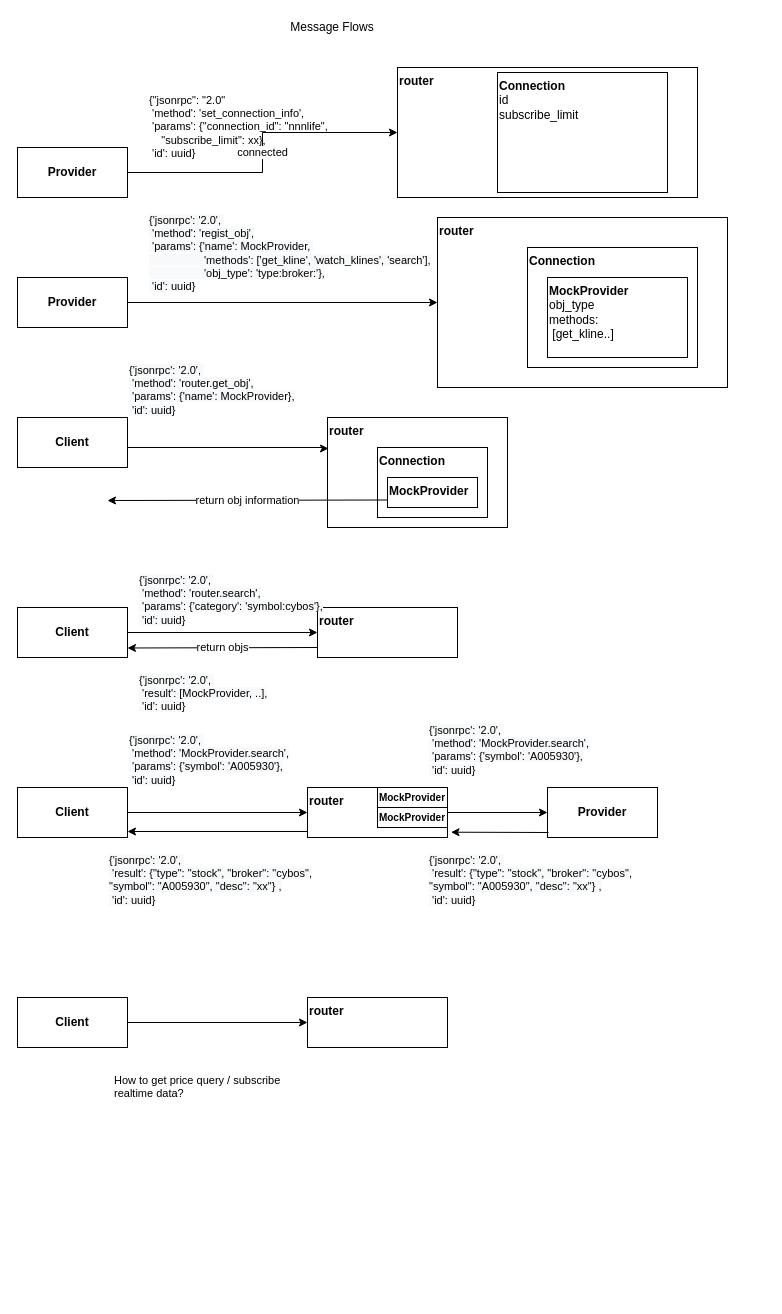
Earlier version of the draw.io diagram message.drawio (nnnlife/diagrams). Source tidied: cells renumbered, new cells numbered last; positions are measured from the earlier drawing's top-left corner, leaving out a move shared by most shapes. Both pictures are drawn from the tidied source at 100%, with x=0, y=0 at pixel (17, 17).
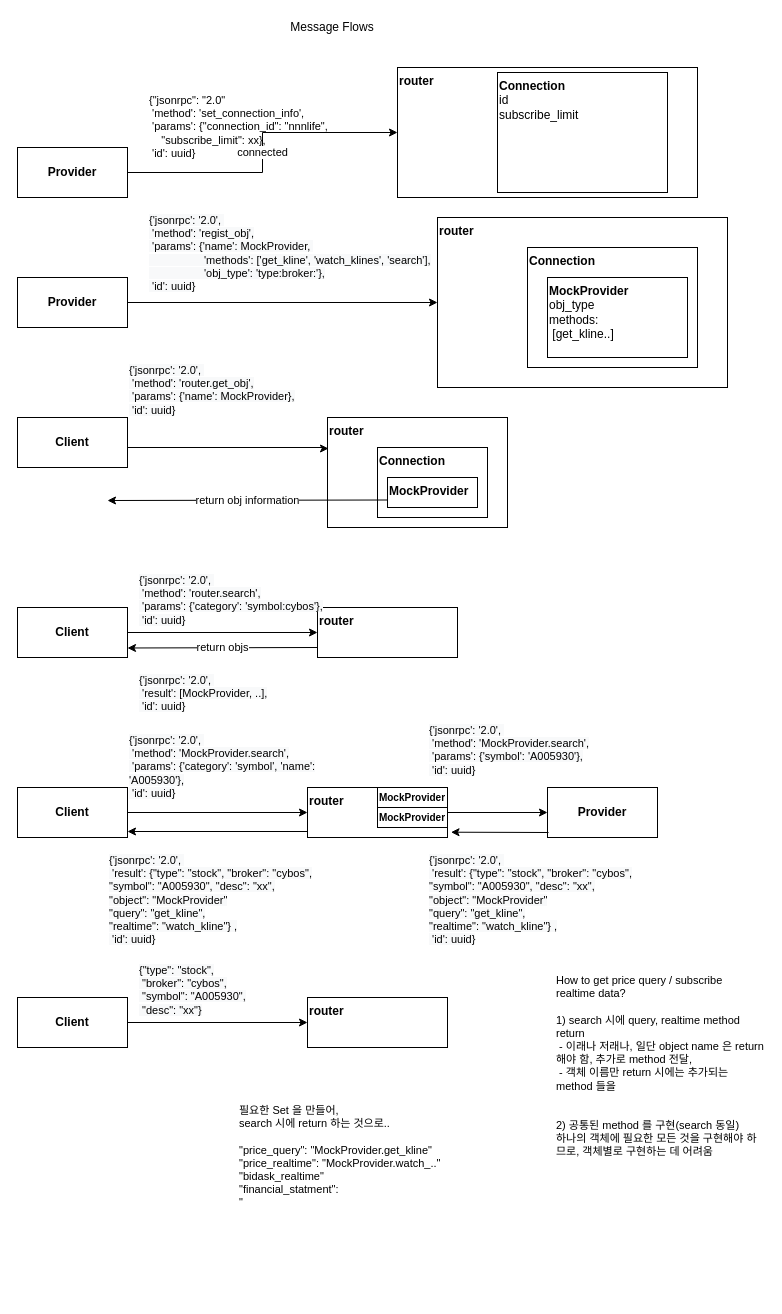
Above is the later version.

What changed in the source:
```diff
@@
-    <mxCell id="31" value="&lt;span style=&quot;color: rgb(0 , 0 , 0) ; font-family: &amp;#34;helvetica&amp;#34; ; font-size: 11px ; font-style: normal ; font-weight: 400 ; letter-spacing: normal ; text-align: left ; text-indent: 0px ; text-transform: none ; word-spacing: 0px ; background-color: rgb(248 , 249 , 250) ; display: inline ; float: none&quot;&gt;{'jsonrpc': '2.0',&amp;nbsp;&lt;/span&gt;&lt;br style=&quot;color: rgb(0 , 0 , 0) ; font-family: &amp;#34;helvetica&amp;#34; ; font-size: 11px ; font-style: normal ; font-weight: 400 ; letter-spacing: normal ; text-align: left ; text-indent: 0px ; text-transform: none ; word-spacing: 0px ; background-color: rgb(248 , 249 , 250)&quot;&gt;&lt;span style=&quot;color: rgb(0 , 0 , 0) ; font-family: &amp;#34;helvetica&amp;#34; ; font-size: 11px ; font-style: normal ; font-weight: 400 ; letter-spacing: normal ; text-align: left ; text-indent: 0px ; text-transform: none ; word-spacing: 0px ; background-color: rgb(248 , 249 , 250) ; display: inline ; float: none&quot;&gt;&amp;nbsp;'method': 'MockProvider.search',&lt;/span&gt;&lt;br style=&quot;color: rgb(0 , 0 , 0) ; font-family: &amp;#34;helvetica&amp;#34; ; font-size: 11px ; font-style: normal ; font-weight: 400 ; letter-spacing: normal ; text-align: left ; text-indent: 0px ; text-transform: none ; word-spacing: 0px ; background-color: rgb(248 , 249 , 250)&quot;&gt;&lt;span style=&quot;color: rgb(0 , 0 , 0) ; font-family: &amp;#34;helvetica&amp;#34; ; font-size: 11px ; font-style: normal ; font-weight: 400 ; letter-spacing: normal ; text-align: left ; text-indent: 0px ; text-transform: none ; word-spacing: 0px ; background-color: rgb(248 , 249 , 250) ; display: inline ; float: none&quot;&gt;&amp;nbsp;'params': {'symbol': 'A005930'&lt;/span&gt;&lt;span style=&quot;color: rgb(0 , 0 , 0) ; font-family: &amp;#34;helvetica&amp;#34; ; font-size: 11px ; font-style: normal ; font-weight: 400 ; letter-spacing: normal ; text-align: left ; text-indent: 0px ; text-transform: none ; word-spacing: 0px ; background-color: rgb(248 , 249 , 250) ; display: inline ; float: none&quot;&gt;},&lt;/span&gt;&lt;br style=&quot;color: rgb(0 , 0 , 0) ; font-family: &amp;#34;helvetica&amp;#34; ; font-size: 11px ; font-style: normal ; font-weight: 400 ; letter-spacing: normal ; text-align: left ; text-indent: 0px ; text-transform: none ; word-spacing: 0px ; background-color: rgb(248 , 249 , 250)&quot;&gt;&lt;span style=&quot;color: rgb(0 , 0 , 0) ; font-family: &amp;#34;helvetica&amp;#34; ; font-size: 11px ; font-style: normal ; font-weight: 400 ; letter-spacing: normal ; text-align: left ; text-indent: 0px ; text-transform: none ; word-spacing: 0px ; background-color: rgb(248 , 249 , 250) ; display: inline ; float: none&quot;&gt;&amp;nbsp;'id': uuid}&lt;/span&gt;" style="text;whiteSpace=wrap;html=1;fontSize=11;" parent="1" vertex="1">
+    <mxCell id="31" value="&lt;span style=&quot;color: rgb(0 , 0 , 0) ; font-family: &amp;#34;helvetica&amp;#34; ; font-size: 11px ; font-style: normal ; font-weight: 400 ; letter-spacing: normal ; text-align: left ; text-indent: 0px ; text-transform: none ; word-spacing: 0px ; background-color: rgb(248 , 249 , 250) ; display: inline ; float: none&quot;&gt;{'jsonrpc': '2.0',&amp;nbsp;&lt;/span&gt;&lt;br style=&quot;color: rgb(0 , 0 , 0) ; font-family: &amp;#34;helvetica&amp;#34; ; font-size: 11px ; font-style: normal ; font-weight: 400 ; letter-spacing: normal ; text-align: left ; text-indent: 0px ; text-transform: none ; word-spacing: 0px ; background-color: rgb(248 , 249 , 250)&quot;&gt;&lt;span style=&quot;color: rgb(0 , 0 , 0) ; font-family: &amp;#34;helvetica&amp;#34; ; font-size: 11px ; font-style: normal ; font-weight: 400 ; letter-spacing: normal ; text-align: left ; text-indent: 0px ; text-transform: none ; word-spacing: 0px ; background-color: rgb(248 , 249 , 250) ; display: inline ; float: none&quot;&gt;&amp;nbsp;'method': 'MockProvider.search',&lt;/span&gt;&lt;br style=&quot;color: rgb(0 , 0 , 0) ; font-family: &amp;#34;helvetica&amp;#34; ; font-size: 11px ; font-style: normal ; font-weight: 400 ; letter-spacing: normal ; text-align: left ; text-indent: 0px ; text-transform: none ; word-spacing: 0px ; background-color: rgb(248 , 249 , 250)&quot;&gt;&lt;span style=&quot;color: rgb(0 , 0 , 0) ; font-family: &amp;#34;helvetica&amp;#34; ; font-size: 11px ; font-style: normal ; font-weight: 400 ; letter-spacing: normal ; text-align: left ; text-indent: 0px ; text-transform: none ; word-spacing: 0px ; background-color: rgb(248 , 249 , 250) ; display: inline ; float: none&quot;&gt;&amp;nbsp;'params': {'category': 'symbol', 'name': 'A005930'&lt;/span&gt;&lt;span style=&quot;color: rgb(0 , 0 , 0) ; font-family: &amp;#34;helvetica&amp;#34; ; font-size: 11px ; font-style: normal ; font-weight: 400 ; letter-spacing: normal ; text-align: left ; text-indent: 0px ; text-transform: none ; word-spacing: 0px ; background-color: rgb(248 , 249 , 250) ; display: inline ; float: none&quot;&gt;},&lt;/span&gt;&lt;br style=&quot;color: rgb(0 , 0 , 0) ; font-family: &amp;#34;helvetica&amp;#34; ; font-size: 11px ; font-style: normal ; font-weight: 400 ; letter-spacing: normal ; text-align: left ; text-indent: 0px ; text-transform: none ; word-spacing: 0px ; background-color: rgb(248 , 249 , 250)&quot;&gt;&lt;span style=&quot;color: rgb(0 , 0 , 0) ; font-family: &amp;#34;helvetica&amp;#34; ; font-size: 11px ; font-style: normal ; font-weight: 400 ; letter-spacing: normal ; text-align: left ; text-indent: 0px ; text-transform: none ; word-spacing: 0px ; background-color: rgb(248 , 249 , 250) ; display: inline ; float: none&quot;&gt;&amp;nbsp;'id': uuid}&lt;/span&gt;" style="text;whiteSpace=wrap;html=1;fontSize=11;" parent="1" vertex="1">
       <mxGeometry x="110" y="710" width="210" height="60" as="geometry" />
     </mxCell>
@@
-    <mxCell id="36" value="&lt;span style=&quot;color: rgb(0 , 0 , 0) ; font-family: &amp;#34;helvetica&amp;#34; ; font-size: 11px ; font-style: normal ; font-weight: 400 ; letter-spacing: normal ; text-align: left ; text-indent: 0px ; text-transform: none ; word-spacing: 0px ; background-color: rgb(248 , 249 , 250) ; display: inline ; float: none&quot;&gt;{'jsonrpc': '2.0',&amp;nbsp;&lt;/span&gt;&lt;br style=&quot;color: rgb(0 , 0 , 0) ; font-family: &amp;#34;helvetica&amp;#34; ; font-size: 11px ; font-style: normal ; font-weight: 400 ; letter-spacing: normal ; text-align: left ; text-indent: 0px ; text-transform: none ; word-spacing: 0px ; background-color: rgb(248 , 249 , 250)&quot;&gt;&lt;span style=&quot;color: rgb(0 , 0 , 0) ; font-family: &amp;#34;helvetica&amp;#34; ; font-size: 11px ; font-style: normal ; font-weight: 400 ; letter-spacing: normal ; text-align: left ; text-indent: 0px ; text-transform: none ; word-spacing: 0px ; background-color: rgb(248 , 249 , 250) ; display: inline ; float: none&quot;&gt;&amp;nbsp;'result': {&quot;type&quot;: &quot;stock&quot;, &quot;broker&quot;: &quot;cybos&quot;, &quot;symbol&quot;: &quot;A005930&quot;, &quot;desc&quot;: &quot;xx&quot;}&amp;nbsp;&lt;/span&gt;&lt;span style=&quot;color: rgb(0 , 0 , 0) ; font-family: &amp;#34;helvetica&amp;#34; ; font-size: 11px ; font-style: normal ; font-weight: 400 ; letter-spacing: normal ; text-align: left ; text-indent: 0px ; text-transform: none ; word-spacing: 0px ; background-color: rgb(248 , 249 , 250) ; display: inline ; float: none&quot;&gt;,&lt;/span&gt;&lt;br style=&quot;color: rgb(0 , 0 , 0) ; font-family: &amp;#34;helvetica&amp;#34; ; font-size: 11px ; font-style: normal ; font-weight: 400 ; letter-spacing: normal ; text-align: left ; text-indent: 0px ; text-transform: none ; word-spacing: 0px ; background-color: rgb(248 , 249 , 250)&quot;&gt;&lt;span style=&quot;color: rgb(0 , 0 , 0) ; font-family: &amp;#34;helvetica&amp;#34; ; font-size: 11px ; font-style: normal ; font-weight: 400 ; letter-spacing: normal ; text-align: left ; text-indent: 0px ; text-transform: none ; word-spacing: 0px ; background-color: rgb(248 , 249 , 250) ; display: inline ; float: none&quot;&gt;&amp;nbsp;'id': uuid}&lt;/span&gt;" style="text;whiteSpace=wrap;html=1;fontSize=11;" parent="1" vertex="1">
+    <mxCell id="36" value="&lt;span style=&quot;color: rgb(0 , 0 , 0) ; font-family: &amp;#34;helvetica&amp;#34; ; font-size: 11px ; font-style: normal ; font-weight: 400 ; letter-spacing: normal ; text-align: left ; text-indent: 0px ; text-transform: none ; word-spacing: 0px ; background-color: rgb(248 , 249 , 250) ; display: inline ; float: none&quot;&gt;{'jsonrpc': '2.0',&amp;nbsp;&lt;/span&gt;&lt;br style=&quot;color: rgb(0 , 0 , 0) ; font-family: &amp;#34;helvetica&amp;#34; ; font-size: 11px ; font-style: normal ; font-weight: 400 ; letter-spacing: normal ; text-align: left ; text-indent: 0px ; text-transform: none ; word-spacing: 0px ; background-color: rgb(248 , 249 , 250)&quot;&gt;&lt;span style=&quot;color: rgb(0 , 0 , 0) ; font-family: &amp;#34;helvetica&amp;#34; ; font-size: 11px ; font-style: normal ; font-weight: 400 ; letter-spacing: normal ; text-align: left ; text-indent: 0px ; text-transform: none ; word-spacing: 0px ; background-color: rgb(248 , 249 , 250) ; display: inline ; float: none&quot;&gt;&amp;nbsp;'result': {&quot;type&quot;: &quot;stock&quot;, &quot;broker&quot;: &quot;cybos&quot;, &quot;symbol&quot;: &quot;A005930&quot;, &quot;desc&quot;: &quot;xx&quot;,&lt;br&gt;&quot;object&quot;: &quot;MockProvider&quot;&lt;br&gt;&quot;query&quot;: &quot;get_kline&quot;,&lt;br&gt;&quot;realtime&quot;: &quot;watch_kline&quot;}&amp;nbsp;&lt;/span&gt;&lt;span style=&quot;color: rgb(0 , 0 , 0) ; font-family: &amp;#34;helvetica&amp;#34; ; font-size: 11px ; font-style: normal ; font-weight: 400 ; letter-spacing: normal ; text-align: left ; text-indent: 0px ; text-transform: none ; word-spacing: 0px ; background-color: rgb(248 , 249 , 250) ; display: inline ; float: none&quot;&gt;,&lt;/span&gt;&lt;br style=&quot;color: rgb(0 , 0 , 0) ; font-family: &amp;#34;helvetica&amp;#34; ; font-size: 11px ; font-style: normal ; font-weight: 400 ; letter-spacing: normal ; text-align: left ; text-indent: 0px ; text-transform: none ; word-spacing: 0px ; background-color: rgb(248 , 249 , 250)&quot;&gt;&lt;span style=&quot;color: rgb(0 , 0 , 0) ; font-family: &amp;#34;helvetica&amp;#34; ; font-size: 11px ; font-style: normal ; font-weight: 400 ; letter-spacing: normal ; text-align: left ; text-indent: 0px ; text-transform: none ; word-spacing: 0px ; background-color: rgb(248 , 249 , 250) ; display: inline ; float: none&quot;&gt;&amp;nbsp;'id': uuid}&lt;/span&gt;" style="text;whiteSpace=wrap;html=1;fontSize=11;" parent="1" vertex="1">
       <mxGeometry x="410" y="830" width="210" height="60" as="geometry" />
     </mxCell>
-    <mxCell id="37" value="&lt;span style=&quot;color: rgb(0 , 0 , 0) ; font-family: &amp;#34;helvetica&amp;#34; ; font-size: 11px ; font-style: normal ; font-weight: 400 ; letter-spacing: normal ; text-align: left ; text-indent: 0px ; text-transform: none ; word-spacing: 0px ; background-color: rgb(248 , 249 , 250) ; display: inline ; float: none&quot;&gt;{'jsonrpc': '2.0',&amp;nbsp;&lt;/span&gt;&lt;br style=&quot;color: rgb(0 , 0 , 0) ; font-family: &amp;#34;helvetica&amp;#34; ; font-size: 11px ; font-style: normal ; font-weight: 400 ; letter-spacing: normal ; text-align: left ; text-indent: 0px ; text-transform: none ; word-spacing: 0px ; background-color: rgb(248 , 249 , 250)&quot;&gt;&lt;span style=&quot;color: rgb(0 , 0 , 0) ; font-family: &amp;#34;helvetica&amp;#34; ; font-size: 11px ; font-style: normal ; font-weight: 400 ; letter-spacing: normal ; text-align: left ; text-indent: 0px ; text-transform: none ; word-spacing: 0px ; background-color: rgb(248 , 249 , 250) ; display: inline ; float: none&quot;&gt;&amp;nbsp;'result': {&quot;type&quot;: &quot;stock&quot;, &quot;broker&quot;: &quot;cybos&quot;, &quot;symbol&quot;: &quot;A005930&quot;, &quot;desc&quot;: &quot;xx&quot;}&amp;nbsp;&lt;/span&gt;&lt;span style=&quot;color: rgb(0 , 0 , 0) ; font-family: &amp;#34;helvetica&amp;#34; ; font-size: 11px ; font-style: normal ; font-weight: 400 ; letter-spacing: normal ; text-align: left ; text-indent: 0px ; text-transform: none ; word-spacing: 0px ; background-color: rgb(248 , 249 , 250) ; display: inline ; float: none&quot;&gt;,&lt;/span&gt;&lt;br style=&quot;color: rgb(0 , 0 , 0) ; font-family: &amp;#34;helvetica&amp;#34; ; font-size: 11px ; font-style: normal ; font-weight: 400 ; letter-spacing: normal ; text-align: left ; text-indent: 0px ; text-transform: none ; word-spacing: 0px ; background-color: rgb(248 , 249 , 250)&quot;&gt;&lt;span style=&quot;color: rgb(0 , 0 , 0) ; font-family: &amp;#34;helvetica&amp;#34; ; font-size: 11px ; font-style: normal ; font-weight: 400 ; letter-spacing: normal ; text-align: left ; text-indent: 0px ; text-transform: none ; word-spacing: 0px ; background-color: rgb(248 , 249 , 250) ; display: inline ; float: none&quot;&gt;&amp;nbsp;'id': uuid}&lt;/span&gt;" style="text;whiteSpace=wrap;html=1;fontSize=11;" parent="1" vertex="1">
+    <mxCell id="37" value="&lt;span style=&quot;color: rgb(0 , 0 , 0) ; font-family: &amp;#34;helvetica&amp;#34; ; font-size: 11px ; font-style: normal ; font-weight: 400 ; letter-spacing: normal ; text-align: left ; text-indent: 0px ; text-transform: none ; word-spacing: 0px ; background-color: rgb(248 , 249 , 250) ; display: inline ; float: none&quot;&gt;{'jsonrpc': '2.0',&amp;nbsp;&lt;/span&gt;&lt;br style=&quot;color: rgb(0 , 0 , 0) ; font-family: &amp;#34;helvetica&amp;#34; ; font-size: 11px ; font-style: normal ; font-weight: 400 ; letter-spacing: normal ; text-align: left ; text-indent: 0px ; text-transform: none ; word-spacing: 0px ; background-color: rgb(248 , 249 , 250)&quot;&gt;&lt;span style=&quot;color: rgb(0 , 0 , 0) ; font-family: &amp;#34;helvetica&amp;#34; ; font-size: 11px ; font-style: normal ; font-weight: 400 ; letter-spacing: normal ; text-align: left ; text-indent: 0px ; text-transform: none ; word-spacing: 0px ; background-color: rgb(248 , 249 , 250) ; display: inline ; float: none&quot;&gt;&amp;nbsp;'result': {&quot;type&quot;: &quot;stock&quot;, &quot;broker&quot;: &quot;cybos&quot;, &quot;symbol&quot;: &quot;A005930&quot;, &quot;desc&quot;: &quot;xx&quot;, &quot;object&quot;: &quot;MockProvider&quot;&lt;br&gt;&quot;query&quot;: &quot;get_kline&quot;,&lt;br&gt;&quot;realtime&quot;: &quot;watch_kline&quot;}&amp;nbsp;&lt;/span&gt;&lt;span style=&quot;color: rgb(0 , 0 , 0) ; font-family: &amp;#34;helvetica&amp;#34; ; font-size: 11px ; font-style: normal ; font-weight: 400 ; letter-spacing: normal ; text-align: left ; text-indent: 0px ; text-transform: none ; word-spacing: 0px ; background-color: rgb(248 , 249 , 250) ; display: inline ; float: none&quot;&gt;,&lt;/span&gt;&lt;br style=&quot;color: rgb(0 , 0 , 0) ; font-family: &amp;#34;helvetica&amp;#34; ; font-size: 11px ; font-style: normal ; font-weight: 400 ; letter-spacing: normal ; text-align: left ; text-indent: 0px ; text-transform: none ; word-spacing: 0px ; background-color: rgb(248 , 249 , 250)&quot;&gt;&lt;span style=&quot;color: rgb(0 , 0 , 0) ; font-family: &amp;#34;helvetica&amp;#34; ; font-size: 11px ; font-style: normal ; font-weight: 400 ; letter-spacing: normal ; text-align: left ; text-indent: 0px ; text-transform: none ; word-spacing: 0px ; background-color: rgb(248 , 249 , 250) ; display: inline ; float: none&quot;&gt;&amp;nbsp;'id': uuid}&lt;/span&gt;" style="text;whiteSpace=wrap;html=1;fontSize=11;" parent="1" vertex="1">
       <mxGeometry x="90" y="830" width="210" height="60" as="geometry" />
     </mxCell>
@@
-    <mxCell id="43" value="&lt;font face=&quot;helvetica&quot;&gt;How to get price query / subscribe realtime data?&lt;/font&gt;" style="text;whiteSpace=wrap;html=1;fontSize=11;" parent="1" vertex="1">
-      <mxGeometry x="95" y="1050" width="210" height="60" as="geometry" />
+    <mxCell id="43" value="&lt;font face=&quot;helvetica&quot;&gt;How to get price query / subscribe realtime data?&lt;br&gt;&lt;br&gt;1) search 시에 query, realtime method return&lt;br&gt;&amp;nbsp;- 이래나 저래나, 일단 object name 은 return 해야 함, 추가로 method 전달,&lt;br&gt;&amp;nbsp;- 객체 이름만 return 시에는 추가되는 method 들을&amp;nbsp;&lt;br&gt;&lt;br&gt;&lt;br&gt;2) 공통된 method 를 구현(search 동일)&lt;br&gt;하나의 객체에 필요한 모든 것을 구현해야 하므로, 객체별로 구현하는 데 어려움&lt;br&gt;&lt;br&gt;&lt;/font&gt;" style="text;whiteSpace=wrap;html=1;fontSize=11;" parent="1" vertex="1">
+      <mxGeometry x="537" y="950" width="210" height="200" as="geometry" />
     </mxCell>
+    <mxCell id="44" value="&lt;span style=&quot;color: rgb(0 , 0 , 0) ; font-family: &amp;#34;helvetica&amp;#34; ; font-size: 11px ; font-style: normal ; font-weight: 400 ; letter-spacing: normal ; text-align: left ; text-indent: 0px ; text-transform: none ; word-spacing: 0px ; background-color: rgb(248 , 249 , 250) ; display: inline ; float: none&quot;&gt;{&quot;type&quot;: &quot;stock&quot;,&lt;br&gt;&amp;nbsp;&quot;broker&quot;: &quot;cybos&quot;,&lt;br&gt;&amp;nbsp;&quot;symbol&quot;: &quot;A005930&quot;,&lt;br&gt;&amp;nbsp;&quot;desc&quot;: &quot;xx&quot;}&lt;/span&gt;" style="text;whiteSpace=wrap;html=1;fontSize=10;" parent="1" vertex="1">
+      <mxGeometry x="120" y="940" width="130" height="60" as="geometry" />
+    </mxCell>
+    <mxCell id="45" value="&lt;font face=&quot;helvetica&quot;&gt;필요한 Set 을 만들어,&lt;br&gt;search 시에 return 하는 것으로..&lt;br&gt;&lt;br&gt;&quot;price_query&quot;: &quot;MockProvider.get_kline&quot;&lt;br&gt;&quot;price_realtime&quot;: &quot;MockProvider.watch_..&quot;&lt;br&gt;&quot;bidask_realtime&quot;&lt;br&gt;&quot;financial_statment&quot;:&lt;br&gt;&quot;&lt;br&gt;&lt;br&gt;&lt;/font&gt;" style="text;whiteSpace=wrap;html=1;fontSize=11;" parent="1" vertex="1">
+      <mxGeometry x="220" y="1080" width="210" height="200" as="geometry" />
+    </mxCell>
```
